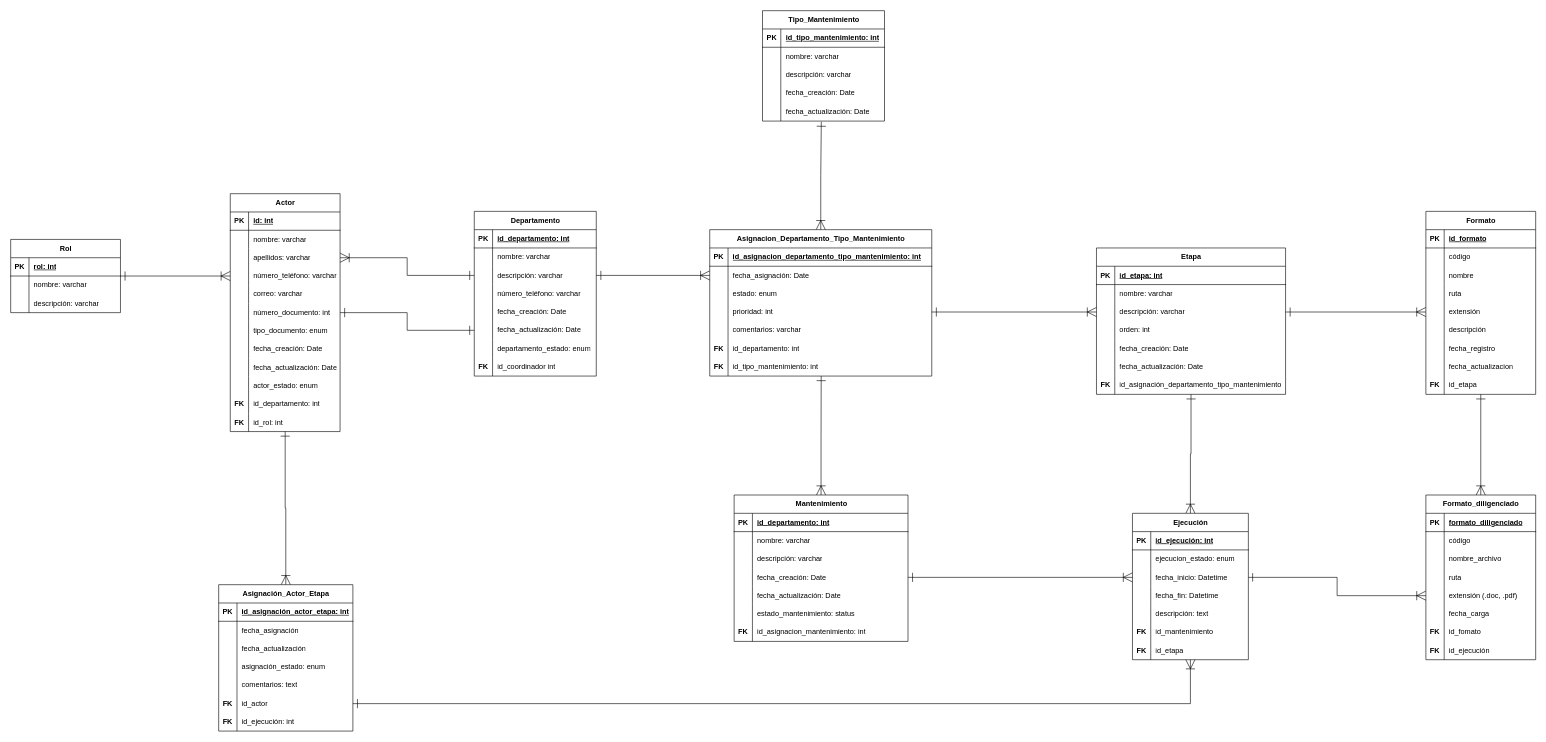
The draw.io diagram Relational model.drawio in DevKike/unicolombo_app, before the edit. Source tidied: cells renumbered, new cells numbered last; positions are measured from the earlier drawing's top-left corner, leaving out a move shared by most shapes. Both pictures are drawn from the tidied source at 61%, with x=0, y=0 at pixel (10, 10).
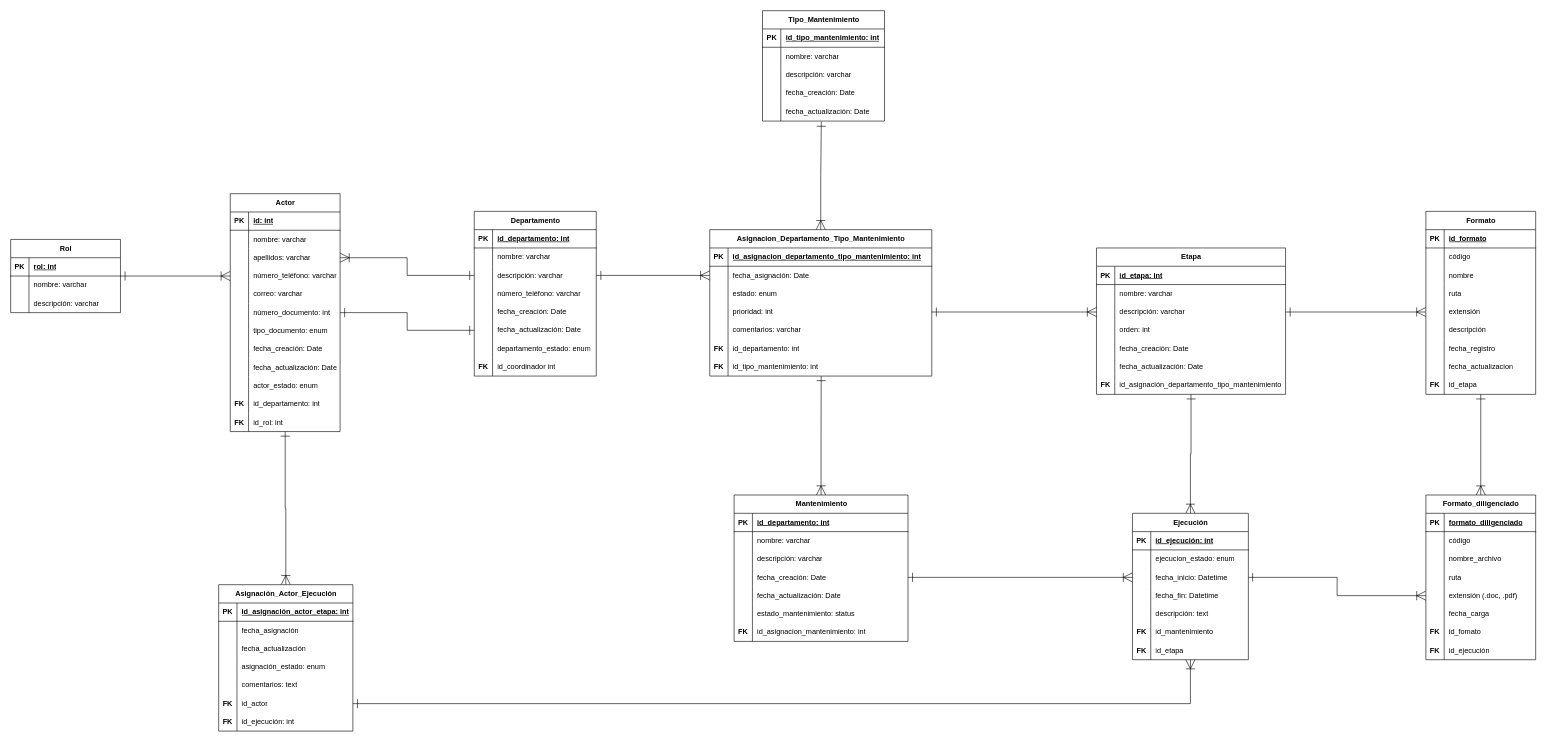
After the change.

Change to the diagram source:
```diff
@@
-    <mxCell id="156" value="Asignación_Actor_Etapa" style="shape=table;startSize=30;childLayout=tableLayout;rowLines=0;fontStyle=1;align=center;html=1;" parent="1" vertex="1">
+    <mxCell id="156" value="Asignación_Actor_Ejecución" style="shape=table;startSize=30;childLayout=tableLayout;rowLines=0;fontStyle=1;align=center;html=1;" parent="1" vertex="1">
       <mxGeometry x="341" y="941" width="220" height="240" as="geometry" />
     </mxCell>
```
